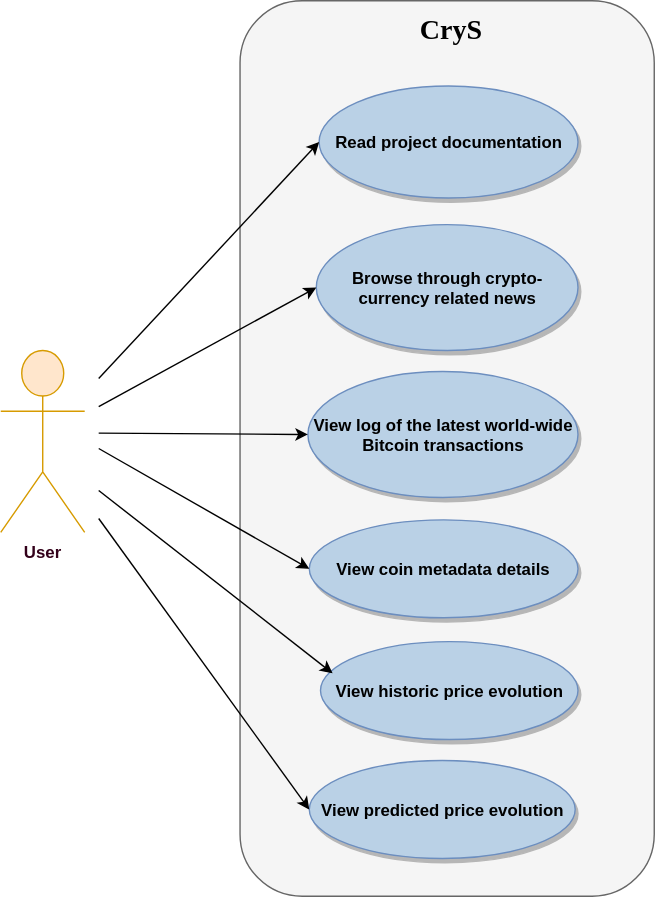
Earlier version of the draw.io export Project/src/assets/scholarly-html/images/use_case_diagram.svg (lupusilviu95/CryS). Source tidied: cells renumbered, new cells last; positions are measured from the earlier drawing's top-left corner, leaving out a move shared by most shapes.
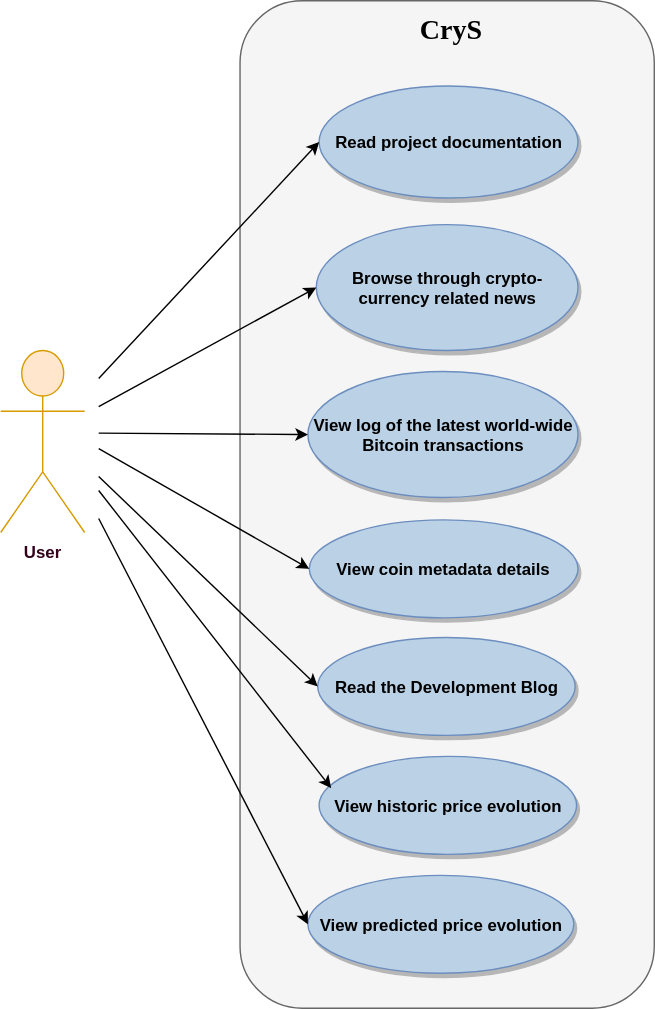
The same file after the commit.

Commit message:
Updated use case diagram

Diff of the diagram source:
```diff
@@ -6,7 +6,7 @@
       <mxGeometry y="250" width="60" height="130" as="geometry" />
     </mxCell>
     <mxCell id="3" style="rounded=1;whiteSpace=wrap;html=1;fillColor=#F5F5F5;strokeColor=#666666;fontColor=#333333;" parent="1" vertex="1">
-      <mxGeometry x="171" width="296" height="640" as="geometry" />
+      <mxGeometry x="171" width="296" height="720" as="geometry" />
     </mxCell>
     <mxCell id="4" value="&lt;b&gt;Read project documentation&lt;/b&gt;" style="ellipse;whiteSpace=wrap;html=1;fillColor=#BAD1E6;shadow=1;strokeColor=#6c8ebf;" parent="1" vertex="1">
       <mxGeometry x="227.5" y="61" width="185" height="80" as="geometry" />
@@ -21,10 +21,10 @@
       <mxGeometry x="219.5" y="265" width="193" height="90" as="geometry" />
     </mxCell>
     <mxCell id="8" value="&lt;b&gt;View historic price evolution&lt;/b&gt;" style="ellipse;whiteSpace=wrap;html=1;fillColor=#BAD1E6;shadow=1;strokeColor=#6c8ebf;" parent="1" vertex="1">
-      <mxGeometry x="228.5" y="458" width="184" height="70" as="geometry" />
+      <mxGeometry x="227.5" y="540" width="184" height="70" as="geometry" />
     </mxCell>
     <mxCell id="9" value="&lt;b&gt;View predicted price evolution&lt;/b&gt;" style="ellipse;whiteSpace=wrap;html=1;fillColor=#BAD1E6;shadow=1;strokeColor=#6c8ebf;" parent="1" vertex="1">
-      <mxGeometry x="220.5" y="543" width="190" height="70" as="geometry" />
+      <mxGeometry x="219.5" y="625" width="190" height="70" as="geometry" />
     </mxCell>
     <mxCell id="10" value="&lt;b style=&quot;font-size: 20px;&quot;&gt;&lt;font style=&quot;font-size: 20px;&quot; face=&quot;Garamond&quot;&gt;CryS&lt;/font&gt;&lt;/b&gt;" style="text;html=1;strokeColor=none;fillColor=none;align=center;verticalAlign=middle;whiteSpace=wrap;rounded=0;shadow=1;fontSize=20;" parent="1" vertex="1">
       <mxGeometry x="300.5" y="10" width="40" height="20" as="geometry" />
@@ -59,5 +59,13 @@
         <mxPoint x="70" y="370" as="sourcePoint" />
       </mxGeometry>
     </mxCell>
+    <mxCell id="17" value="&lt;b&gt;Read the Development Blog&lt;br&gt;&lt;/b&gt;" style="ellipse;whiteSpace=wrap;html=1;fillColor=#BAD1E6;shadow=1;strokeColor=#6c8ebf;" parent="1" vertex="1">
+      <mxGeometry x="226.5" y="455" width="184" height="70" as="geometry" />
+    </mxCell>
+    <mxCell id="18" style="endArrow=classic;html=1;fontSize=20;entryX=0;entryY=0.5;entryDx=0;entryDy=0;" parent="1" edge="1" target="17">
+      <mxGeometry relative="1" as="geometry">
+        <mxPoint x="70" y="340" as="sourcePoint" />
+      </mxGeometry>
+    </mxCell>
   </root>
 </mxGraphModel>
```
